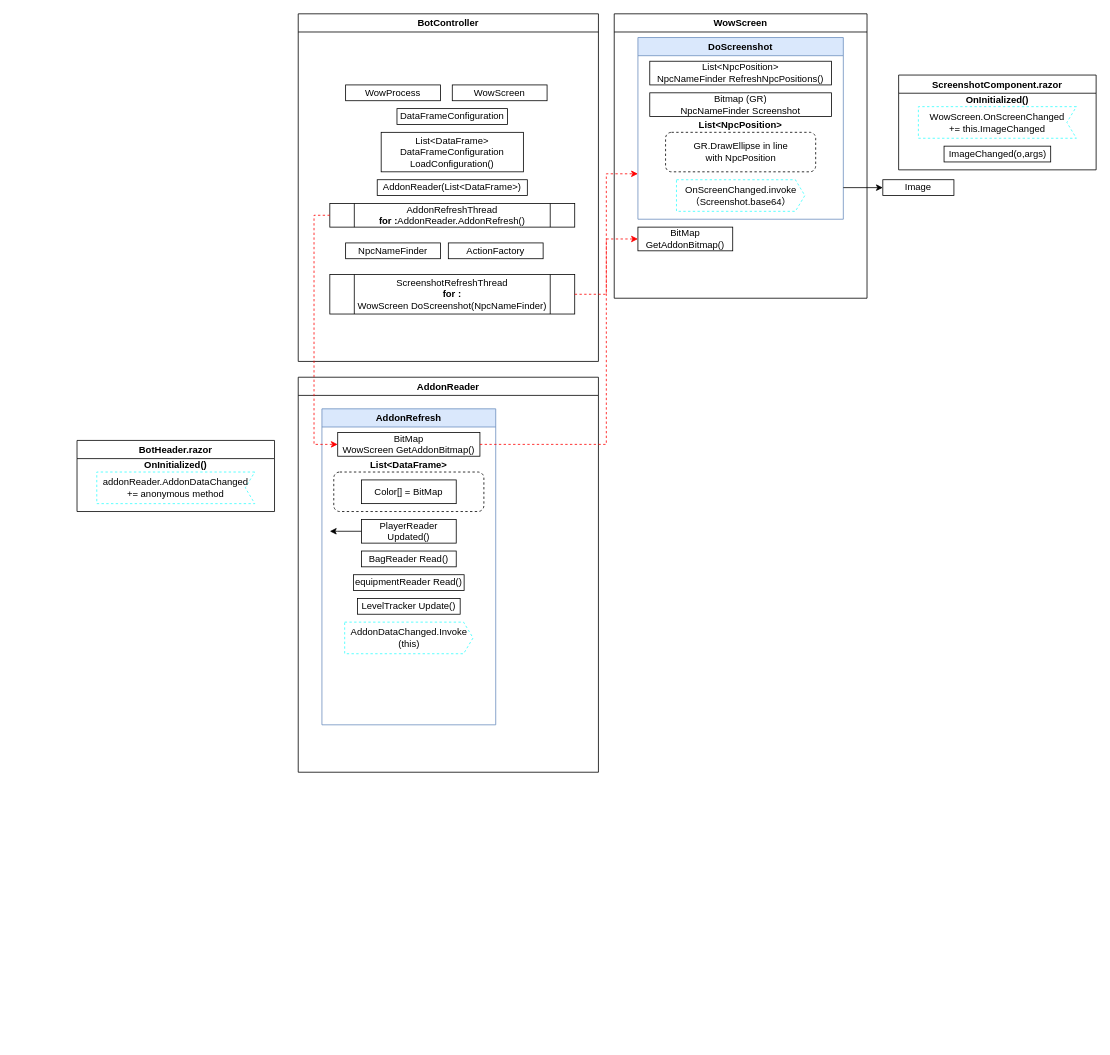
The draw.io diagram BotPlan_1.drawio in YannieCheung/botgrams, before the edit. Source tidied: cells renumbered, new cells numbered last; positions are measured from the earlier drawing's top-left corner, leaving out a move shared by most shapes. Both pictures are drawn from the tidied source at 79%, with x=0, y=0 at pixel (77, 13).
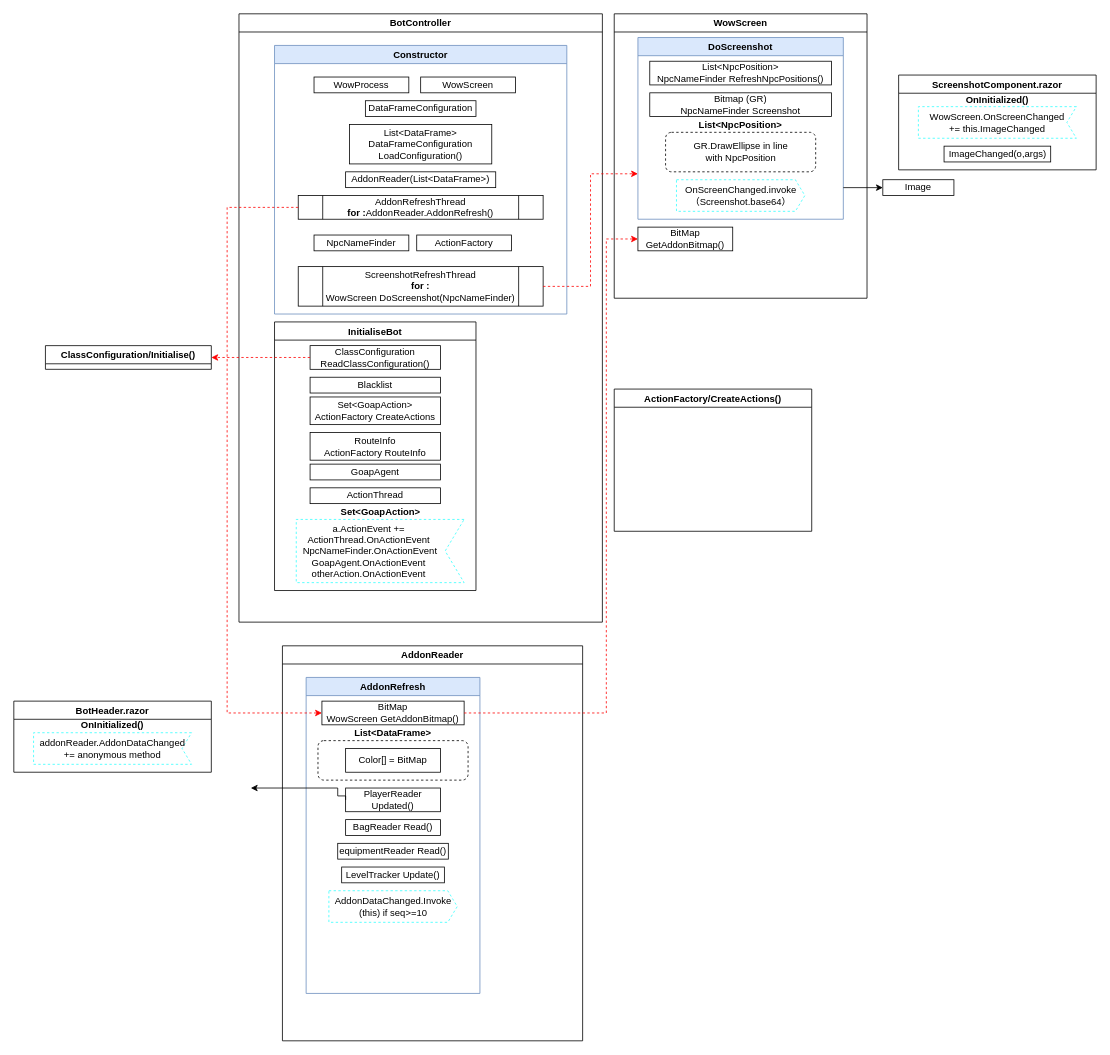
The same diagram, later.

The change refers to these unchanged cells:
```xml
<mxCell id="19" value="BitMap &lt;br&gt;GetAddonBitmap()" style="whiteSpace=wrap;html=1;strokeColor=#000000;" parent="12" vertex="1">
  <mxGeometry x="30" y="270" width="120" height="30" as="geometry" />
</mxCell>
<mxCell id="28" value="AddonRefresh" style="swimlane;strokeColor=#6c8ebf;fillColor=#dae8fc;" parent="27" vertex="1">
  <mxGeometry x="30" y="40" width="220" height="400" as="geometry" />
</mxCell>
<mxCell id="29" value="BitMap&lt;br&gt;WowScreen GetAddonBitmap()" style="whiteSpace=wrap;html=1;strokeColor=#000000;" parent="28" vertex="1">
  <mxGeometry x="20" y="30" width="180" height="30" as="geometry" />
</mxCell>
<mxCell id="32" value="PlayerReader&lt;br&gt;Updated()" style="whiteSpace=wrap;html=1;strokeColor=#000000;" parent="28" vertex="1">
  <mxGeometry x="50" y="140" width="120" height="30" as="geometry" />
</mxCell>
```

Diff of the diagram source:
```diff
@@
     <mxCell id="2" value="BotController" style="swimlane;" parent="1" vertex="1">
-      <mxGeometry x="280" width="380" height="440" as="geometry" />
+      <mxGeometry x="205" width="460" height="770" as="geometry" />
     </mxCell>
+    <mxCell id="43" value="Constructor" style="swimlane;strokeColor=#6c8ebf;fillColor=#dae8fc;" parent="2" vertex="1">
+      <mxGeometry x="45" y="40" width="370" height="340" as="geometry" />
+    </mxCell>
-    <mxCell id="3" value="WowProcess" style="rounded=0;whiteSpace=wrap;html=1;" parent="2" vertex="1">
-      <mxGeometry x="60" y="90" width="120" height="20" as="geometry" />
+    <mxCell id="3" value="WowProcess" style="rounded=0;whiteSpace=wrap;html=1;" parent="43" vertex="1">
+      <mxGeometry x="50" y="40" width="120" height="20" as="geometry" />
     </mxCell>
-    <mxCell id="4" value="WowScreen" style="rounded=0;whiteSpace=wrap;html=1;" parent="2" vertex="1">
-      <mxGeometry x="195" y="90" width="120" height="20" as="geometry" />
+    <mxCell id="4" value="WowScreen" style="rounded=0;whiteSpace=wrap;html=1;" parent="43" vertex="1">
+      <mxGeometry x="185" y="40" width="120" height="20" as="geometry" />
     </mxCell>
-    <mxCell id="5" value="List&amp;lt;DataFrame&amp;gt;&lt;br&gt;DataFrameConfiguration&lt;br&gt;LoadConfiguration()" style="rounded=0;whiteSpace=wrap;html=1;" parent="2" vertex="1">
-      <mxGeometry x="105" y="150" width="180" height="50" as="geometry" />
+    <mxCell id="5" value="List&amp;lt;DataFrame&amp;gt;&lt;br&gt;DataFrameConfiguration&lt;br&gt;LoadConfiguration()" style="rounded=0;whiteSpace=wrap;html=1;" parent="43" vertex="1">
+      <mxGeometry x="95" y="100" width="180" height="50" as="geometry" />
     </mxCell>
-    <mxCell id="6" value="AddonReader(List&amp;lt;DataFrame&amp;gt;)" style="rounded=0;whiteSpace=wrap;html=1;" parent="2" vertex="1">
-      <mxGeometry x="100" y="210" width="190" height="20" as="geometry" />
+    <mxCell id="6" value="AddonReader(List&amp;lt;DataFrame&amp;gt;)" style="rounded=0;whiteSpace=wrap;html=1;" parent="43" vertex="1">
+      <mxGeometry x="90" y="160" width="190" height="20" as="geometry" />
     </mxCell>
-    <mxCell id="7" value="NpcNameFinder" style="rounded=0;whiteSpace=wrap;html=1;" parent="2" vertex="1">
-      <mxGeometry x="60" y="290" width="120" height="20" as="geometry" />
+    <mxCell id="7" value="NpcNameFinder" style="rounded=0;whiteSpace=wrap;html=1;" parent="43" vertex="1">
+      <mxGeometry x="50" y="240" width="120" height="20" as="geometry" />
     </mxCell>
-    <mxCell id="8" value="DataFrameConfiguration" style="rounded=0;whiteSpace=wrap;html=1;" parent="2" vertex="1">
-      <mxGeometry x="125" y="120" width="140" height="20" as="geometry" />
+    <mxCell id="8" value="DataFrameConfiguration" style="rounded=0;whiteSpace=wrap;html=1;" parent="43" vertex="1">
+      <mxGeometry x="115" y="70" width="140" height="20" as="geometry" />
     </mxCell>
-    <mxCell id="9" value="ActionFactory" style="rounded=0;whiteSpace=wrap;html=1;" parent="2" vertex="1">
-      <mxGeometry x="190" y="290" width="120" height="20" as="geometry" />
+    <mxCell id="9" value="ActionFactory" style="rounded=0;whiteSpace=wrap;html=1;" parent="43" vertex="1">
+      <mxGeometry x="180" y="240" width="120" height="20" as="geometry" />
     </mxCell>
-    <mxCell id="10" value="ScreenshotRefreshThread&lt;br&gt;&lt;b&gt;for :&lt;/b&gt;&lt;br&gt;WowScreen&amp;nbsp;DoScreenshot(NpcNameFinder)" style="shape=process;whiteSpace=wrap;html=1;backgroundOutline=1;" parent="2" vertex="1">
-      <mxGeometry x="40" y="330" width="310" height="50" as="geometry" />
+    <mxCell id="10" value="ScreenshotRefreshThread&lt;br&gt;&lt;b&gt;for :&lt;/b&gt;&lt;br&gt;WowScreen&amp;nbsp;DoScreenshot(NpcNameFinder)" style="shape=process;whiteSpace=wrap;html=1;backgroundOutline=1;" parent="43" vertex="1">
+      <mxGeometry x="30" y="280" width="310" height="50" as="geometry" />
     </mxCell>
-    <mxCell id="11" value="AddonRefreshThread&lt;br&gt;&lt;b&gt;for :&lt;/b&gt;AddonReader.AddonRefresh()" style="shape=process;whiteSpace=wrap;html=1;backgroundOutline=1;" parent="2" vertex="1">
-      <mxGeometry x="40" y="240" width="310" height="30" as="geometry" />
+    <mxCell id="11" value="AddonRefreshThread&lt;br&gt;&lt;b&gt;for :&lt;/b&gt;AddonReader.AddonRefresh()" style="shape=process;whiteSpace=wrap;html=1;backgroundOutline=1;" parent="43" vertex="1">
+      <mxGeometry x="30" y="190" width="310" height="30" as="geometry" />
     </mxCell>
+    <mxCell id="44" value="InitialiseBot" style="swimlane;strokeColor=#000000;" parent="2" vertex="1">
+      <mxGeometry x="45" y="390" width="255" height="340" as="geometry" />
+    </mxCell>
+    <mxCell id="45" value="ClassConfiguration&lt;br&gt;ReadClassConfiguration()" style="rounded=0;whiteSpace=wrap;html=1;" parent="44" vertex="1">
+      <mxGeometry x="45" y="30" width="165" height="30" as="geometry" />
+    </mxCell>
+    <mxCell id="46" value="Blacklist" style="rounded=0;whiteSpace=wrap;html=1;" parent="44" vertex="1">
+      <mxGeometry x="45" y="70" width="165" height="20" as="geometry" />
+    </mxCell>
+    <mxCell id="47" value="Set&amp;lt;GoapAction&amp;gt;&lt;br&gt;ActionFactory&amp;nbsp;CreateActions" style="rounded=0;whiteSpace=wrap;html=1;" parent="44" vertex="1">
+      <mxGeometry x="45" y="95" width="165" height="35" as="geometry" />
+    </mxCell>
+    <mxCell id="48" value="RouteInfo&lt;br&gt;ActionFactory&amp;nbsp;RouteInfo" style="rounded=0;whiteSpace=wrap;html=1;" parent="44" vertex="1">
+      <mxGeometry x="45" y="140" width="165" height="35" as="geometry" />
+    </mxCell>
+    <mxCell id="49" value="GoapAgent" style="rounded=0;whiteSpace=wrap;html=1;" parent="44" vertex="1">
+      <mxGeometry x="45" y="180" width="165" height="20" as="geometry" />
+    </mxCell>
+    <mxCell id="50" value="ActionThread" style="rounded=0;whiteSpace=wrap;html=1;" parent="44" vertex="1">
+      <mxGeometry x="45" y="210" width="165" height="20" as="geometry" />
+    </mxCell>
+    <mxCell id="51" value="Set&lt;GoapAction&gt;" style="shape=mxgraph.sysml.accEvent;flipH=1;whiteSpace=wrap;align=center;dashed=1;verticalAlign=bottom;labelPosition=center;verticalLabelPosition=top;fontStyle=1;strokeColor=#33FFFF;" parent="44" vertex="1">
+      <mxGeometry x="27.5" y="250" width="212.5" height="80" as="geometry" />
+    </mxCell>
+    <mxCell id="52" value="a.ActionEvent +=&lt;br&gt;ActionThread.OnActionEvent&lt;br&gt;&amp;nbsp;NpcNameFinder.OnActionEvent&lt;br&gt;GoapAgent.OnActionEvent&lt;br&gt;otherAction.OnActionEvent" style="text;html=1;strokeColor=none;fillColor=none;align=center;verticalAlign=middle;whiteSpace=wrap;rounded=0;" parent="44" vertex="1">
+      <mxGeometry x="27.5" y="250" width="182.5" height="80" as="geometry" />
+    </mxCell>
@@
     <mxCell id="27" value="AddonReader" style="swimlane;strokeColor=#000000;" parent="1" vertex="1">
-      <mxGeometry x="280" y="460" width="380" height="500" as="geometry" />
+      <mxGeometry x="260" y="800" width="380" height="500" as="geometry" />
     </mxCell>
@@
-    <mxCell id="36" value="AddonDataChanged.Invoke&#10;(this)" style="shape=mxgraph.sysml.sendSigAct;whiteSpace=wrap;align=center;dashed=1;strokeColor=#33FFFF;" parent="28" vertex="1">
+    <mxCell id="36" value="AddonDataChanged.Invoke&#10;(this) if seq&gt;=10" style="shape=mxgraph.sysml.sendSigAct;whiteSpace=wrap;align=center;dashed=1;strokeColor=#33FFFF;" parent="28" vertex="1">
       <mxGeometry x="28.8" y="270" width="162.5" height="40" as="geometry" />
     </mxCell>
     <mxCell id="37" style="edgeStyle=orthogonalEdgeStyle;rounded=0;jettySize=auto;html=1;exitX=0;exitY=0.5;exitDx=0;exitDy=0;" parent="1" edge="1" source="32">
       <mxGeometry relative="1" as="geometry">
-        <mxPoint x="320" y="655" as="targetPoint" />
+        <mxPoint x="220" y="980" as="targetPoint" />
         <Array as="points">
-          <mxPoint x="330" y="655" />
+          <mxPoint x="340" y="990" />
+          <mxPoint x="330" y="990" />
+          <mxPoint x="330" y="980" />
         </Array>
       </mxGeometry>
     </mxCell>
     <mxCell id="38" style="edgeStyle=orthogonalEdgeStyle;rounded=0;jettySize=auto;html=1;exitX=1;exitY=0.5;exitDx=0;exitDy=0;entryX=0;entryY=0.5;entryDx=0;entryDy=0;dashed=1;strokeColor=#FF0000;" parent="1" edge="1" source="29" target="19">
       <mxGeometry relative="1" as="geometry">
         <Array as="points">
-          <mxPoint x="670" y="545" />
+          <mxPoint x="670" y="885" />
           <mxPoint x="670" y="285" />
         </Array>
       </mxGeometry>
     </mxCell>
     <mxCell id="39" style="edgeStyle=orthogonalEdgeStyle;rounded=0;jettySize=auto;html=1;exitX=0;exitY=0.5;exitDx=0;exitDy=0;entryX=0;entryY=0.5;entryDx=0;entryDy=0;dashed=1;strokeColor=#FF0000;" parent="1" edge="1" source="11" target="29">
-      <mxGeometry relative="1" as="geometry" />
+      <mxGeometry relative="1" as="geometry">
+        <Array as="points">
+          <mxPoint x="190" y="245" />
+          <mxPoint x="190" y="885" />
+        </Array>
+      </mxGeometry>
     </mxCell>
     <mxCell id="40" value="BotHeader.razor" style="swimlane;" parent="1" vertex="1">
-      <mxGeometry y="540" width="250" height="90" as="geometry" />
+      <mxGeometry x="-80" y="870" width="250" height="90" as="geometry" />
     </mxCell>
@@
+    <mxCell id="53" value="ClassConfiguration/Initialise()" style="swimlane;" parent="1" vertex="1" collapsed="1">
+      <mxGeometry x="-40" y="420" width="210" height="30" as="geometry" />
+    </mxCell>
+    <mxCell id="54" style="edgeStyle=orthogonalEdgeStyle;rounded=0;jettySize=auto;html=1;exitX=0;exitY=0.5;exitDx=0;exitDy=0;entryX=1;entryY=0.5;entryDx=0;entryDy=0;dashed=1;strokeColor=#FF0000;" parent="1" edge="1" source="45" target="53">
+      <mxGeometry relative="1" as="geometry" />
+    </mxCell>
+    <mxCell id="55" value="ActionFactory/CreateActions()" style="swimlane;" parent="1" vertex="1">
+      <mxGeometry x="680" y="475" width="250" height="180" as="geometry" />
+    </mxCell>
```
